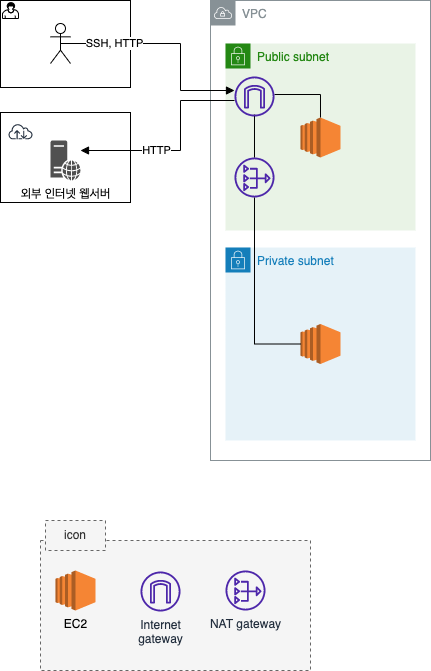
This is assets/img/dev/2022/1015/vpc-design.png from assu10/assu10.github.io, a draw.io export, as it was before one commit. Source tidied: cells renumbered, new cells last; positions are measured from the earlier drawing's top-left corner, leaving out a move shared by most shapes.
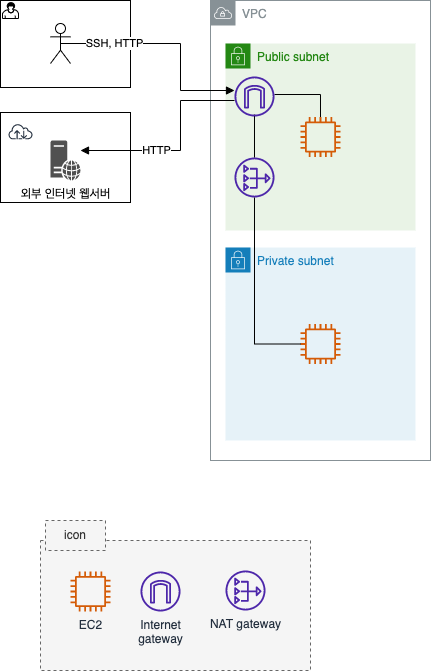
After the change.

Change to the diagram source:
```diff
@@ -17,9 +17,6 @@
     <mxCell id="6" value="Public subnet" style="gradientColor=none;html=1;whiteSpace=wrap;fontSize=12;fontStyle=0;shape=mxgraph.aws4.group;grIcon=mxgraph.aws4.group_security_group;grStroke=0;strokeColor=#248814;fillColor=#E9F3E6;verticalAlign=top;align=left;spacingLeft=30;fontColor=#248814;dashed=0;" parent="1" vertex="1">
       <mxGeometry x="225" y="43" width="190" height="187" as="geometry" />
     </mxCell>
-    <mxCell id="7" style="outlineConnect=0;dashed=0;verticalLabelPosition=bottom;verticalAlign=top;align=center;html=1;shape=mxgraph.aws3.ec2;fillColor=#F58534;gradientColor=none;" parent="6" vertex="1">
-      <mxGeometry x="75" y="74" width="40" height="40" as="geometry" />
-    </mxCell>
     <mxCell id="8" style="sketch=0;outlineConnect=0;fontColor=#232F3E;gradientColor=none;fillColor=#4D27AA;strokeColor=none;dashed=0;verticalLabelPosition=bottom;verticalAlign=top;align=center;html=1;fontSize=12;fontStyle=0;shape=mxgraph.aws4.nat_gateway;rounded=0;shadow=0;" parent="6" vertex="1">
       <mxGeometry x="9" y="114" width="40" height="40" as="geometry" />
     </mxCell>
@@ -36,9 +33,10 @@
         <mxPoint x="-26" y="47" as="offset" />
       </mxGeometry>
     </mxCell>
-    <mxCell id="11" style="edgeStyle=orthogonalEdgeStyle;rounded=0;jettySize=auto;html=1;endArrow=none;endFill=0;" parent="1" edge="1" target="7">
+    <mxCell id="11" style="edgeStyle=orthogonalEdgeStyle;rounded=0;orthogonalLoop=1;jettySize=auto;html=1;endArrow=none;endFill=0;" parent="1" edge="1">
       <mxGeometry relative="1" as="geometry">
         <mxPoint x="274" y="94" as="sourcePoint" />
+        <mxPoint x="320" y="117" as="targetPoint" />
       </mxGeometry>
     </mxCell>
     <mxCell id="12" style="edgeStyle=orthogonalEdgeStyle;rounded=0;orthogonalLoop=1;jettySize=auto;html=1;endArrow=none;endFill=0;" parent="1" edge="1">
@@ -69,20 +67,18 @@
     <mxCell id="17" value="Private subnet" style="gradientColor=none;html=1;whiteSpace=wrap;fontSize=12;fontStyle=0;shape=mxgraph.aws4.group;grIcon=mxgraph.aws4.group_security_group;grStroke=0;strokeColor=#147EBA;fillColor=#E6F2F8;verticalAlign=top;align=left;spacingLeft=30;fontColor=#147EBA;dashed=0;" parent="1" vertex="1">
       <mxGeometry x="225" y="247" width="190" height="193" as="geometry" />
     </mxCell>
-    <mxCell id="18" style="outlineConnect=0;dashed=0;verticalLabelPosition=bottom;verticalAlign=top;align=center;html=1;shape=mxgraph.aws3.ec2;fillColor=#F58534;gradientColor=none;" parent="17" vertex="1">
-      <mxGeometry x="75" y="76.5" width="40" height="40" as="geometry" />
-    </mxCell>
+    <mxCell id="27" style="sketch=0;fontColor=#232F3E;gradientColor=none;fillColor=#D45B07;strokeColor=none;dashed=0;verticalLabelPosition=bottom;verticalAlign=top;align=center;html=1;fontSize=12;fontStyle=0;shape=mxgraph.aws4.instance2;" parent="17" vertex="1">
+      <mxGeometry x="75" y="76.5" width="40" height="40" as="geometry" />
+    </mxCell>
     <mxCell id="19" style="rounded=0;whiteSpace=wrap;html=1;fillColor=#f5f5f5;fontColor=#333333;strokeColor=#666666;dashed=1;" parent="1" vertex="1">
       <mxGeometry x="40" y="540" width="270" height="130" as="geometry" />
     </mxCell>
-    <mxCell id="20" value="EC2" style="dashed=0;verticalLabelPosition=bottom;verticalAlign=top;align=center;html=1;shape=mxgraph.aws3.ec2;fillColor=#F58534;gradientColor=none;" parent="1" vertex="1">
-      <mxGeometry x="55" y="570" width="40" height="40" as="geometry" />
-    </mxCell>
     <mxCell id="21" value="icon" style="text;html=1;strokeColor=#666666;fillColor=#f5f5f5;align=center;verticalAlign=middle;whiteSpace=wrap;rounded=0;fontColor=#333333;dashed=1;" parent="1" vertex="1">
       <mxGeometry x="45" y="520" width="60" height="30" as="geometry" />
     </mxCell>
-    <mxCell id="22" style="edgeStyle=orthogonalEdgeStyle;rounded=0;jettySize=auto;html=1;entryX=0;entryY=0.5;entryDx=0;entryDy=0;entryPerimeter=0;endArrow=none;endFill=0;" parent="1" edge="1" source="8" target="18">
+    <mxCell id="22" style="edgeStyle=orthogonalEdgeStyle;rounded=0;jettySize=auto;html=1;entryX=0;entryY=0.5;entryDx=0;entryDy=0;entryPerimeter=0;endArrow=none;endFill=0;" parent="1" edge="1" source="8">
       <mxGeometry relative="1" as="geometry">
+        <mxPoint x="300" y="343.5" as="targetPoint" />
         <Array as="points">
           <mxPoint x="254" y="344" />
         </Array>
@@ -100,5 +96,11 @@
     <mxCell id="26" style="edgeStyle=orthogonalEdgeStyle;rounded=0;jettySize=auto;html=1;endArrow=none;endFill=0;" parent="1" edge="1" source="8" target="24">
       <mxGeometry relative="1" as="geometry" />
     </mxCell>
+    <mxCell id="20" value="EC2" style="sketch=0;fontColor=#232F3E;gradientColor=none;fillColor=#D45B07;strokeColor=none;dashed=0;verticalLabelPosition=bottom;verticalAlign=top;align=center;html=1;fontSize=12;fontStyle=0;shape=mxgraph.aws4.instance2;" parent="1" vertex="1">
+      <mxGeometry x="70" y="571" width="40" height="40" as="geometry" />
+    </mxCell>
+    <mxCell id="28" style="sketch=0;fontColor=#232F3E;gradientColor=none;fillColor=#D45B07;strokeColor=none;dashed=0;verticalLabelPosition=bottom;verticalAlign=top;align=center;html=1;fontSize=12;fontStyle=0;shape=mxgraph.aws4.instance2;" parent="1" vertex="1">
+      <mxGeometry x="300" y="116.5" width="40" height="40" as="geometry" />
+    </mxCell>
   </root>
 </mxGraphModel>
```
